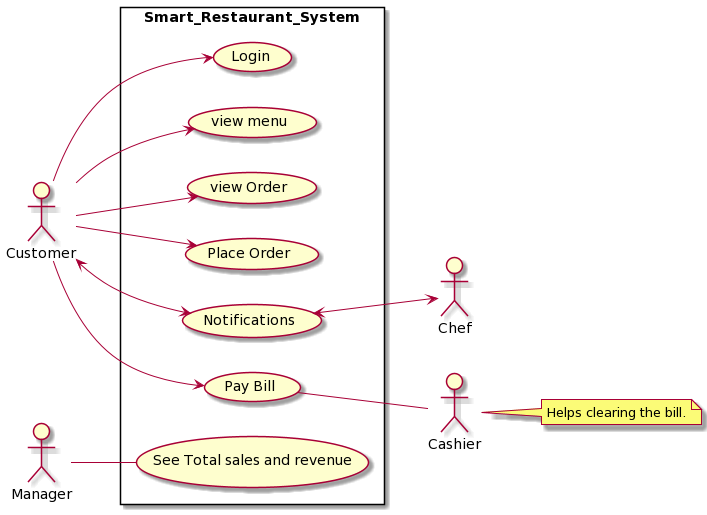
Above: UML Diagrams/usecaseDiagram.png in BITS-Smart/Smart-Restaurant (PlantUML), before the change.
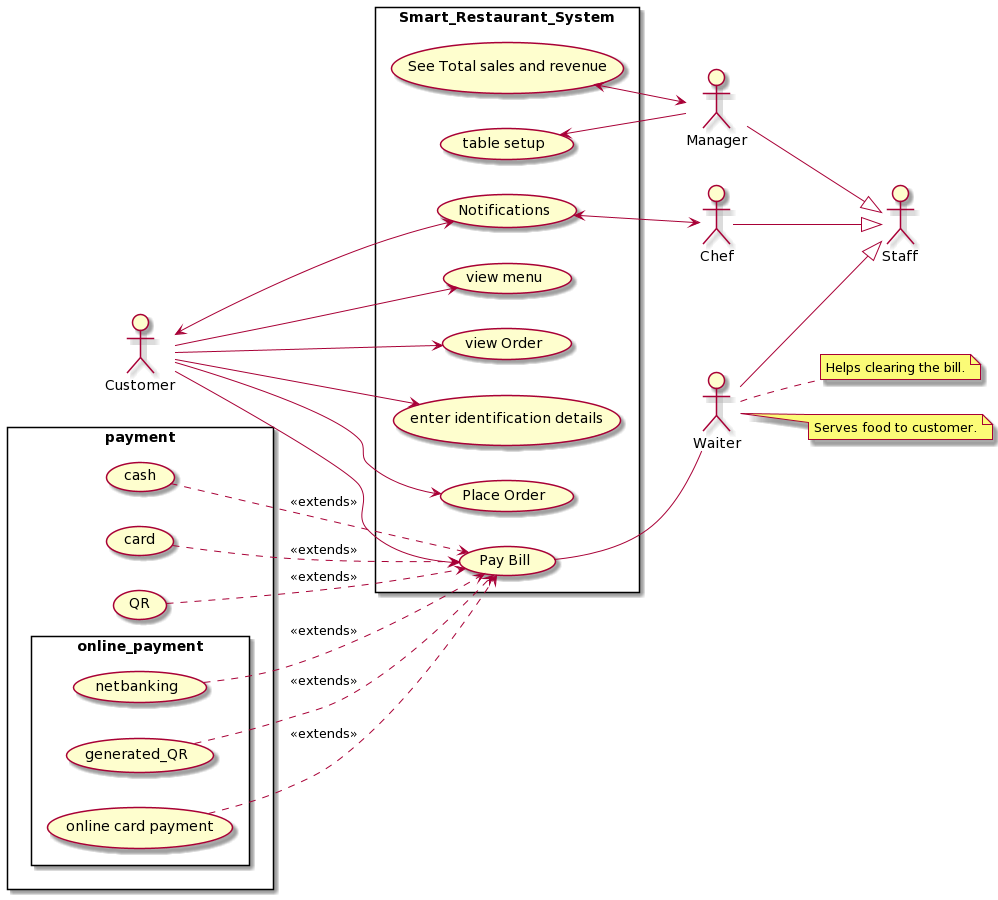
The same file after the commit.

The edit, as a diff of the source:
```diff
@@ -3,18 +3,34 @@
 actor Customer as c
 actor Manager as mgr
 actor Chef as cf
-actor Cashier as csr
+actor Waiter as wtr
+cf --|> Staff
+mgr --|> Staff
+wtr --|> Staff
 rectangle Smart_Restaurant_System{
-	c --> (Login)
-	c--> (view menu)
+	(See Total sales and revenue) <--> mgr
+    (table setup) <-- mgr
+	(Notifications) <--> cf
+	c --> (view menu)
 	c --> (view Order)
+	c --> (enter identification details)
 	c --> (Place Order)
 	c <--> (Notifications)
 	c --> (Pay Bill)
-	(Pay Bill) -- csr
-	(Notifications) <--> cf
-	mgr -- (See Total sales and revenue)
+	(Pay Bill) -- wtr
+}
+rectangle payment{
+	(cash) ..> (Pay Bill)  : <<extends>>
+	(card) ..> (Pay Bill)  : <<extends>>
+	(QR) ..> (Pay Bill)  : <<extends>>
+	rectangle online_payment{
+	(netbanking) ..> (Pay Bill)  : <<extends>>
+	(generated_QR) ..> (Pay Bill)  : <<extends>>
+	(online card payment) ..> (Pay Bill)  : <<extends>>
+	}
 
-}
-note right of csr: Helps clearing the bill.
+	}
+
+note right of wtr:Helps clearing the bill.
+note right of wtr: Serves food to customer.
 @enduml
```
